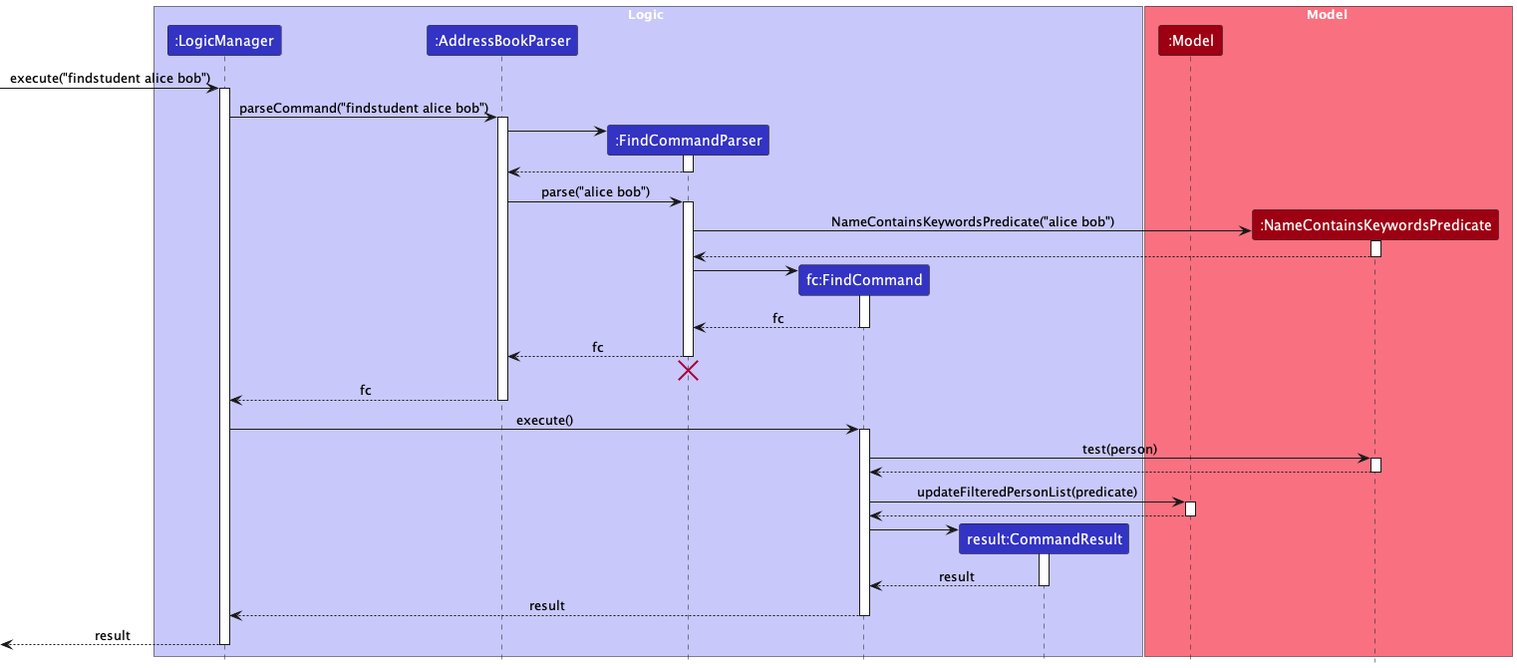
Earlier version of the PlantUML export docs/images/FindStudentSequenceDiagram.png (tanteckfang/tp).
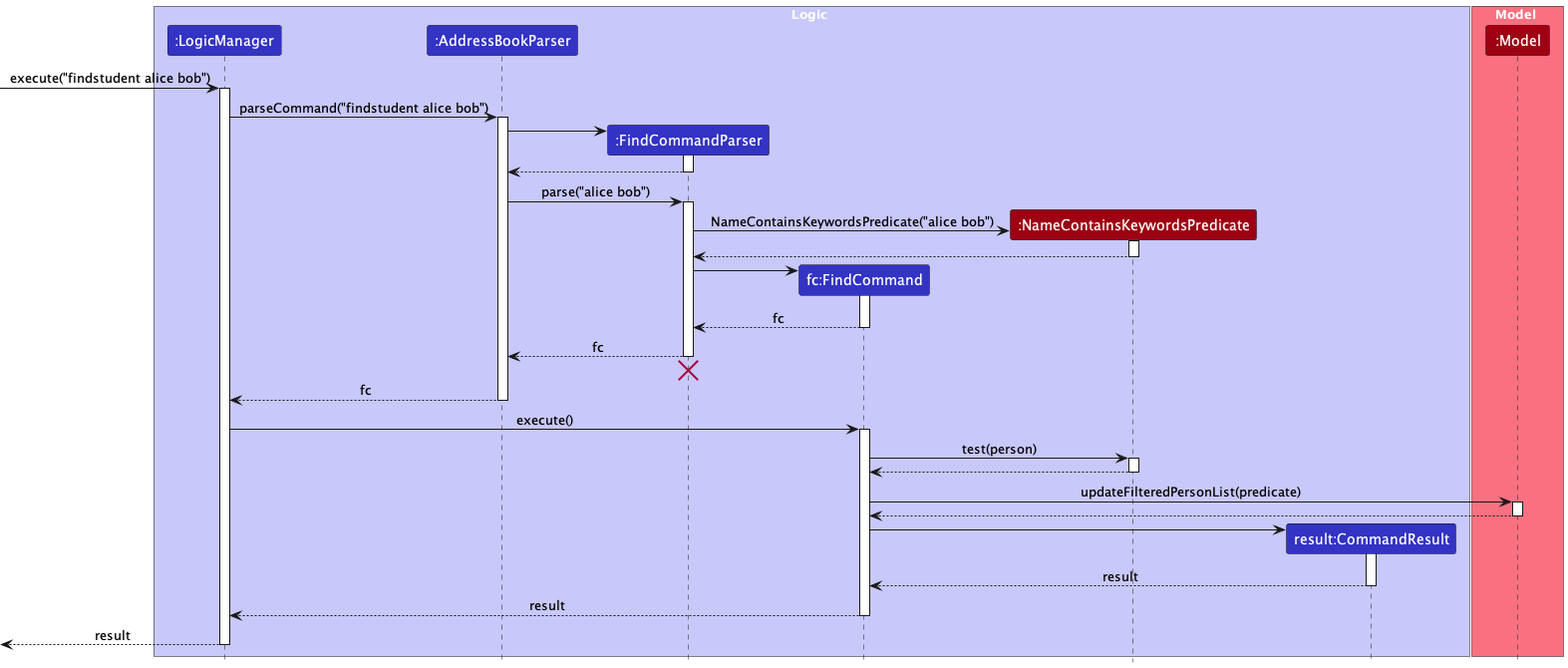
Above is the later version.

Commit message:
edited sequence diagram in DG

What changed in the source:
```diff
@@ -7,12 +7,12 @@
 participant ":AddressBookParser" as AddressBookParser LOGIC_COLOR
 participant ":FindCommandParser" as FindCommandParser LOGIC_COLOR
 participant "fc:FindCommand" as FindCommand LOGIC_COLOR
+participant ":NameContainsKeywordsPredicate" as NamePredicate MODEL_COLOR
 participant "result:CommandResult" as CommandResult LOGIC_COLOR
 end box
 
 box Model MODEL_COLOR_T1
 participant ":Model" as Model MODEL_COLOR
-participant ":NameContainsKeywordsPredicate" as NamePredicate MODEL_COLOR
 end box
 
 [-> LogicManager : execute("findstudent alice bob")
```
